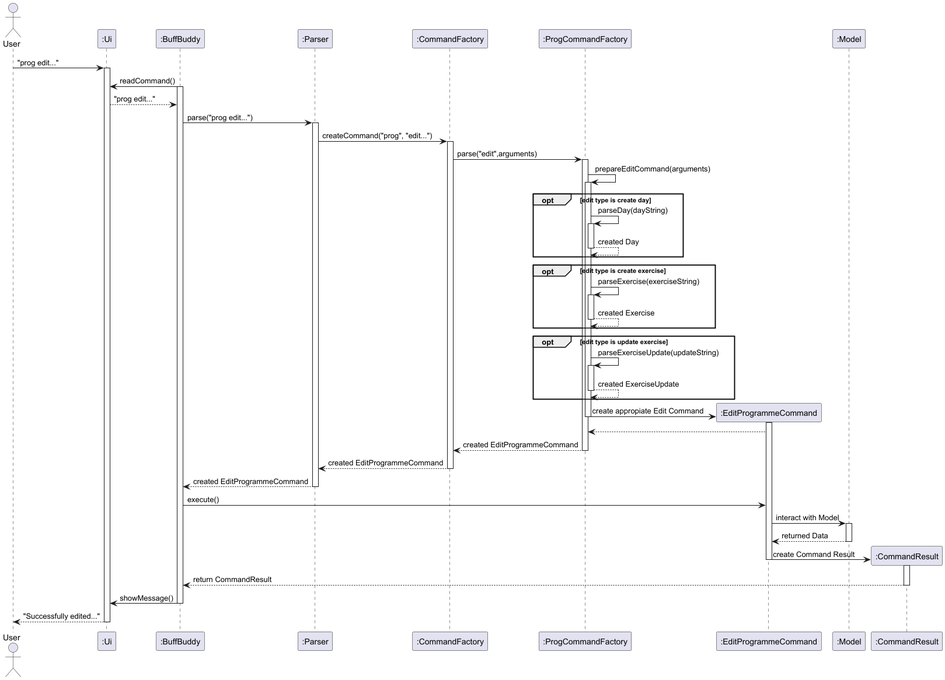
Above: docs/images/editCommand.png in nus-cs2113-AY2425S1/tp (PlantUML), before the change.
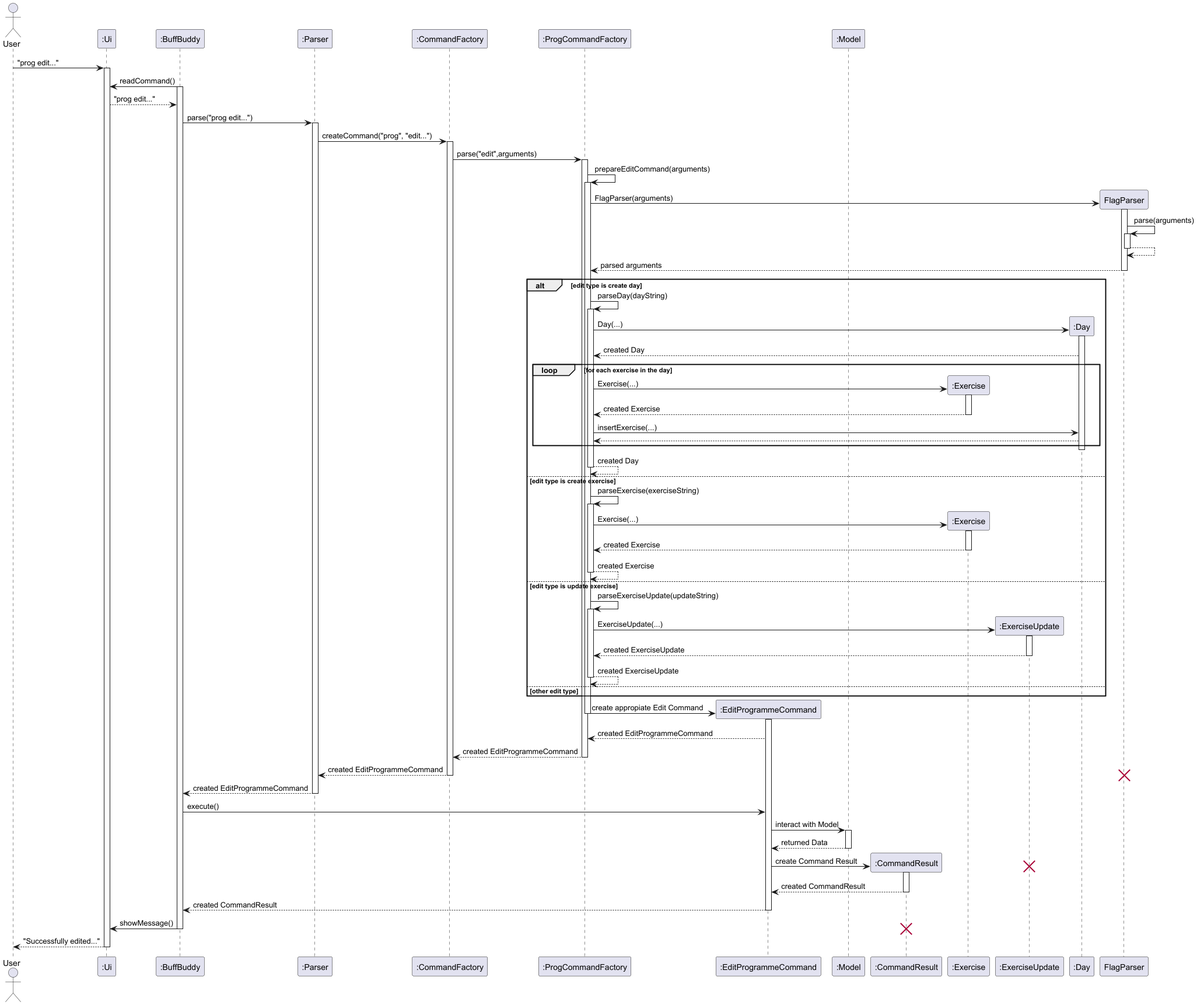
Later version of the same file.

The edit, as a diff of the source:
```diff
@@ -8,7 +8,9 @@
 participant ":EditProgrammeCommand" as Command
 participant ":Model" as Model
 participant ":CommandResult" as CommandResult
-
+participant ":Exercise" as Exercise
+participant ":ExerciseUpdate" as ExerciseUpdate
+participant ":Day" as Day
 
 User -> Ui : "prog edit..."
 activate Ui
@@ -30,38 +32,76 @@
 ProgCommandFactory -> ProgCommandFactory : prepareEditCommand(arguments)
 activate ProgCommandFactory
 
-opt edit type is create day
+create FlagParser
+
+ProgCommandFactory -> FlagParser: FlagParser(arguments)
+activate FlagParser
+FlagParser -> FlagParser : parse(arguments)
+activate FlagParser
+FlagParser --> FlagParser
+deactivate FlagParser
+ProgCommandFactory <-- FlagParser: parsed arguments
+deactivate FlagParser
+
+alt edit type is create day
     ProgCommandFactory -> ProgCommandFactory: parseDay(dayString)
     activate ProgCommandFactory
+    create Day
+    ProgCommandFactory -> Day : Day(...)
+    activate Day
+    ProgCommandFactory <-- Day: created Day
+
+
+    loop for each exercise in the day
+        create Exercise
+        ProgCommandFactory -> Exercise : Exercise(...)
+        activate Exercise
+        ProgCommandFactory <-- Exercise: created Exercise
+        deactivate Exercise
+        ProgCommandFactory -> Day : insertExercise(...)
+        ProgCommandFactory <-- Day
+    end
+
+    deactivate Day
     ProgCommandFactory --> ProgCommandFactory: created Day
     deactivate ProgCommandFactory
-end
-
-opt edit type is create exercise
+else edit type is create exercise
     ProgCommandFactory -> ProgCommandFactory: parseExercise(exerciseString)
     activate ProgCommandFactory
+    create Exercise
+    ProgCommandFactory -> Exercise: Exercise(...)
+    activate Exercise
+    ProgCommandFactory <-- Exercise: created Exercise
+    deactivate Exercise
     ProgCommandFactory --> ProgCommandFactory: created Exercise
     deactivate ProgCommandFactory
-end
-
-opt edit type is update exercise
+else  edit type is update exercise
     ProgCommandFactory -> ProgCommandFactory: parseExerciseUpdate(updateString)
     activate ProgCommandFactory
+    create ExerciseUpdate
+    ProgCommandFactory -> ExerciseUpdate: ExerciseUpdate(...)
+    activate ExerciseUpdate
+    ProgCommandFactory <-- ExerciseUpdate: created ExerciseUpdate
+    deactivate ExerciseUpdate
     ProgCommandFactory --> ProgCommandFactory: created ExerciseUpdate
+
     deactivate ProgCommandFactory
+else other edit type
 end
-
 create Command
 ProgCommandFactory -> Command : create appropiate Edit Command
+
 deactivate ProgCommandFactory
 
 activate Command
-ProgCommandFactory <-- Command
+ProgCommandFactory <-- Command : created EditProgrammeCommand
 CommandFactory <-- ProgCommandFactory : created EditProgrammeCommand
 deactivate ProgCommandFactory
 
 Parser <-- CommandFactory : created EditProgrammeCommand
+destroy FlagParser
 deactivate CommandFactory
+
 
 BuffBuddy <-- Parser : created EditProgrammeCommand
 deactivate Parser
@@ -76,12 +116,17 @@
 
 create CommandResult
 Command -> CommandResult: create Command Result
+destroy ExerciseUpdate
 
+
+activate CommandResult
+Command <-- CommandResult : created CommandResult
+deactivate CommandResult
+BuffBuddy <-- Command: created CommandResult
 deactivate Command
-activate CommandResult
-BuffBuddy <-- CommandResult : return CommandResult
-deactivate CommandResult
+
 BuffBuddy -> Ui : showMessage()
+destroy CommandResult
 deactivate BuffBuddy
 
 User <-- Ui : "Successfully edited..."
```
